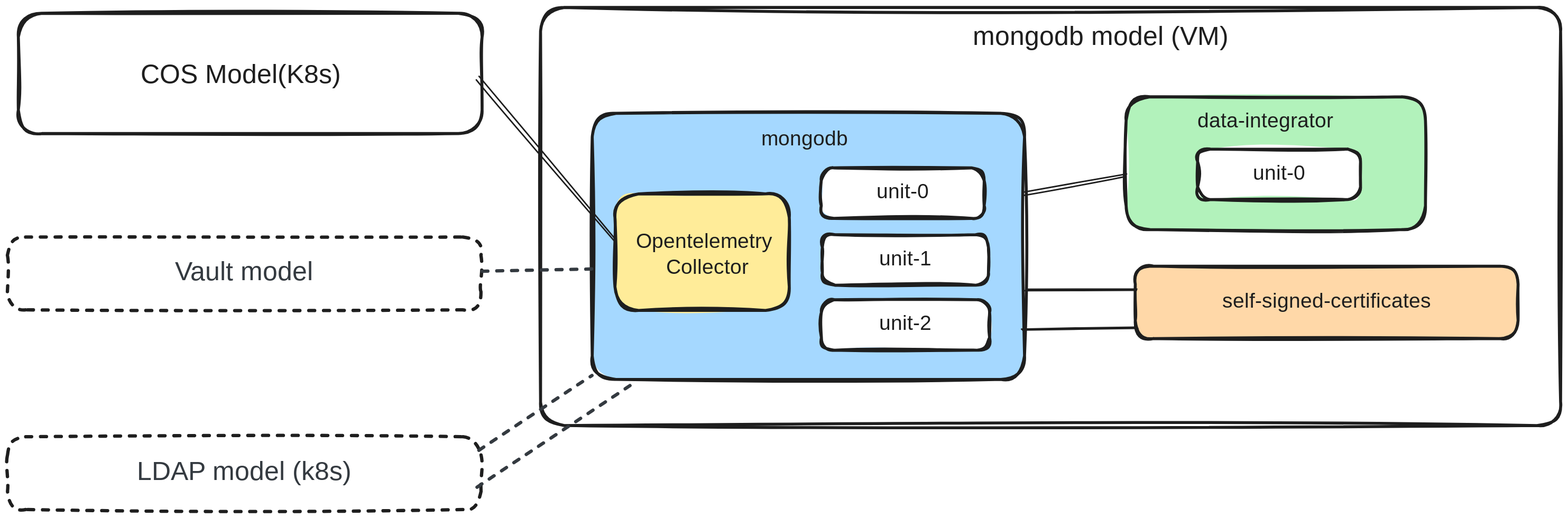
Earlier version of the Excalidraw export solutions/data/charmed-mongodb/replica-set/azure/vm/docs/replica-set-azure-vm.excalidraw.svg (canonical/charms-reference-architectures). Source tidied: one line per element, renumbered; positions are measured from the earlier drawing's top-left corner, leaving out a move shared by most shapes. The source it was exported from:
```json
{"id": 0, "type": "rectangle", "strokeColor": "#1e1e1e", "backgroundColor": "#a5d8ff", "fillStyle": "solid", "strokeWidth": 4, "roughness": 2, "round": true, "x": 790, "y": 143, "width": 584, "height": 360}
{"id": 1, "type": "rectangle", "strokeColor": "#1e1e1e", "backgroundColor": "#ffffff", "fillStyle": "solid", "strokeWidth": 4, "roughness": 2, "round": true, "x": 1100, "y": 217, "width": 220, "height": 68}
{"id": 2, "type": "text", "text": "unit-0", "strokeColor": "#1e1e1e", "backgroundColor": "#a5d8ff", "fillStyle": "solid", "strokeWidth": 4, "roughness": 2, "fontSize": 28, "fontFamily": 8, "textAlign": "center", "verticalAlign": "middle", "inside": 1, "x": 1163, "y": 233, "width": 92, "height": 35}
{"id": 3, "type": "rectangle", "strokeColor": "#1e1e1e", "backgroundColor": "#ffffff", "fillStyle": "solid", "strokeWidth": 4, "roughness": 2, "round": true, "x": 1101, "y": 307, "width": 224, "height": 68}
{"id": 4, "type": "text", "text": "unit-1", "strokeColor": "#1e1e1e", "backgroundColor": "#a5d8ff", "fillStyle": "solid", "strokeWidth": 4, "roughness": 2, "fontSize": 28, "fontFamily": 8, "textAlign": "center", "verticalAlign": "middle", "inside": 3, "x": 1167, "y": 324, "width": 92, "height": 35}
{"id": 5, "type": "rectangle", "strokeColor": "#1e1e1e", "backgroundColor": "#ffffff", "fillStyle": "solid", "strokeWidth": 4, "roughness": 2, "round": true, "x": 1100, "y": 395, "width": 227, "height": 68}
{"id": 6, "type": "text", "text": "unit-2", "strokeColor": "#1e1e1e", "backgroundColor": "#a5d8ff", "fillStyle": "solid", "strokeWidth": 4, "roughness": 2, "fontSize": 28, "fontFamily": 8, "textAlign": "center", "verticalAlign": "middle", "inside": 5, "x": 1167, "y": 411, "width": 92, "height": 35}
{"id": 7, "type": "text", "text": "mongodb", "strokeColor": "#1e1e1e", "backgroundColor": "#a5d8ff", "fillStyle": "solid", "strokeWidth": 4, "roughness": 2, "fontSize": 28, "fontFamily": 8, "x": 1019, "y": 162, "width": 108, "height": 35}
{"id": 8, "type": "rectangle", "strokeColor": "#1e1e1e", "backgroundColor": "#b2f2bb", "fillStyle": "solid", "strokeWidth": 4, "roughness": 2, "round": true, "x": 1511, "y": 121, "width": 404, "height": 179}
{"id": 9, "type": "text", "text": "data-integrator", "strokeColor": "#1e1e1e", "backgroundColor": "#a5d8ff", "fillStyle": "solid", "strokeWidth": 4, "roughness": 2, "fontSize": 28, "fontFamily": 8, "x": 1607, "y": 137, "width": 231, "height": 35}
{"id": 10, "type": "rectangle", "strokeColor": "#1e1e1e", "backgroundColor": "#ffffff", "fillStyle": "solid", "strokeWidth": 4, "roughness": 2, "round": true, "x": 1608, "y": 191, "width": 220, "height": 68}
{"id": 11, "type": "text", "text": "unit-0", "strokeColor": "#1e1e1e", "backgroundColor": "#a5d8ff", "fillStyle": "solid", "strokeWidth": 4, "roughness": 2, "fontSize": 28, "fontFamily": 8, "textAlign": "center", "verticalAlign": "middle", "inside": 10, "x": 1672, "y": 208, "width": 92, "height": 35}
{"id": 12, "type": "rectangle", "strokeColor": "#1e1e1e", "strokeWidth": 4, "roughness": 2, "round": true, "x": 720, "y": 0, "width": 1378, "height": 565}
{"id": 13, "type": "rectangle", "strokeColor": "#1e1e1e", "backgroundColor": "#ffec99", "fillStyle": "solid", "strokeWidth": 4, "roughness": 2, "round": true, "x": 821, "y": 252, "width": 235, "height": 158}
{"id": 14, "type": "text", "text": "Opentelemetry\n Collector", "strokeColor": "#1e1e1e", "backgroundColor": "#ffffff", "fillStyle": "solid", "strokeWidth": 4, "roughness": 2, "fontSize": 28, "fontFamily": 8, "textAlign": "center", "x": 842, "y": 301, "width": 200, "height": 70}
{"id": 15, "type": "text", "text": "mongodb model (VM)", "strokeColor": "#1e1e1e", "backgroundColor": "#ffec99", "fillStyle": "solid", "strokeWidth": 4, "roughness": 2, "fontSize": 36, "fontFamily": 8, "x": 1304, "y": 19, "width": 356, "height": 45}
{"id": 16, "type": "rectangle", "strokeColor": "#1e1e1e", "strokeWidth": 4, "roughness": 2, "round": true, "x": 15, "y": 8, "width": 627, "height": 163}
{"id": 17, "type": "text", "text": "COS Model(K8s)", "strokeColor": "#1e1e1e", "backgroundColor": "#ffec99", "fillStyle": "solid", "strokeWidth": 4, "roughness": 2, "fontSize": 36, "fontFamily": 8, "textAlign": "center", "x": 151, "y": 71, "width": 330, "height": 45}
{"id": 18, "type": "line", "strokeColor": "#1e1e1e", "backgroundColor": "#ffec99", "fillStyle": "solid", "strokeWidth": 2, "roughness": 2, "round": true, "x": 638, "y": 96, "width": 182, "height": 220, "points": [[0, 0], [182, 220]]}
{"id": 19, "type": "line", "strokeColor": "#1e1e1e", "backgroundColor": "#ffec99", "fillStyle": "solid", "strokeWidth": 2, "roughness": 2, "round": true, "x": 1372, "y": 252, "width": 141, "height": 27, "points": [[0, 0], [141, -27]]}
{"id": 20, "type": "rectangle", "strokeColor": "#1e1e1e", "backgroundColor": "#ffd8a8", "fillStyle": "solid", "strokeWidth": 4, "roughness": 2, "round": true, "x": 1524, "y": 350, "width": 517, "height": 98}
{"id": 21, "type": "text", "text": "self-signed-certificates", "strokeColor": "#1e1e1e", "backgroundColor": "#ffec99", "fillStyle": "solid", "strokeWidth": 4, "roughness": 2, "fontSize": 28, "fontFamily": 8, "textAlign": "center", "verticalAlign": "middle", "inside": 20, "x": 1598, "y": 381, "width": 370, "height": 35}
{"id": 22, "type": "rectangle", "strokeColor": "#1e1e1e", "backgroundColor": "#ffffff", "fillStyle": "cross-hatch", "strokeWidth": 4, "strokeStyle": "dashed", "roughness": 2, "round": true, "x": 0, "y": 580, "width": 640, "height": 98}
{"id": 23, "type": "text", "text": "LDAP model (k8s)", "strokeColor": "#343a40", "backgroundColor": "#eebefa", "fillStyle": "solid", "strokeWidth": 4, "roughness": 2, "fontSize": 36, "fontFamily": 8, "textAlign": "center", "verticalAlign": "middle", "inside": 22, "x": 162, "y": 607, "width": 317, "height": 45}
{"id": 24, "type": "rectangle", "strokeColor": "#1e1e1e", "backgroundColor": "#ffffff", "fillStyle": "cross-hatch", "strokeWidth": 4, "strokeStyle": "dashed", "roughness": 2, "round": true, "x": 0, "y": 310, "width": 640, "height": 98}
{"id": 25, "type": "text", "text": "Vault model", "strokeColor": "#343a40", "backgroundColor": "#eebefa", "fillStyle": "solid", "strokeWidth": 4, "roughness": 2, "fontSize": 36, "fontFamily": 8, "textAlign": "center", "verticalAlign": "middle", "inside": 24, "x": 211, "y": 337, "width": 218, "height": 45}
{"id": 26, "type": "line", "strokeColor": "#343a40", "backgroundColor": "#eebefa", "fillStyle": "solid", "strokeWidth": 4, "strokeStyle": "dashed", "roughness": 2, "round": true, "x": 643, "y": 357, "width": 145, "height": 4, "points": [[0, 0], [145, -4]]}
{"id": 27, "type": "line", "strokeColor": "#343a40", "backgroundColor": "#eebefa", "fillStyle": "solid", "strokeWidth": 4, "strokeStyle": "dashed", "roughness": 2, "round": true, "x": 639, "y": 600, "width": 154, "height": 105, "points": [[0, 0], [154, -105]]}
{"id": 28, "type": "line", "strokeColor": "#343a40", "backgroundColor": "#eebefa", "fillStyle": "solid", "strokeWidth": 4, "strokeStyle": "dashed", "roughness": 2, "round": true, "x": 637, "y": 648, "width": 208, "height": 142, "points": [[0, 0], [208, -142]]}
{"id": 29, "type": "line", "strokeColor": "#1e1e1e", "strokeWidth": 2, "roughness": 1, "round": true, "x": 1376, "y": 382, "width": 149, "height": 1, "points": [[0, 0], [149, -1]]}
{"id": 30, "type": "line", "strokeColor": "#1e1e1e", "strokeWidth": 2, "roughness": 1, "round": true, "x": 1371, "y": 436, "width": 156, "height": 4, "points": [[0, 0], [156, -4]]}
```
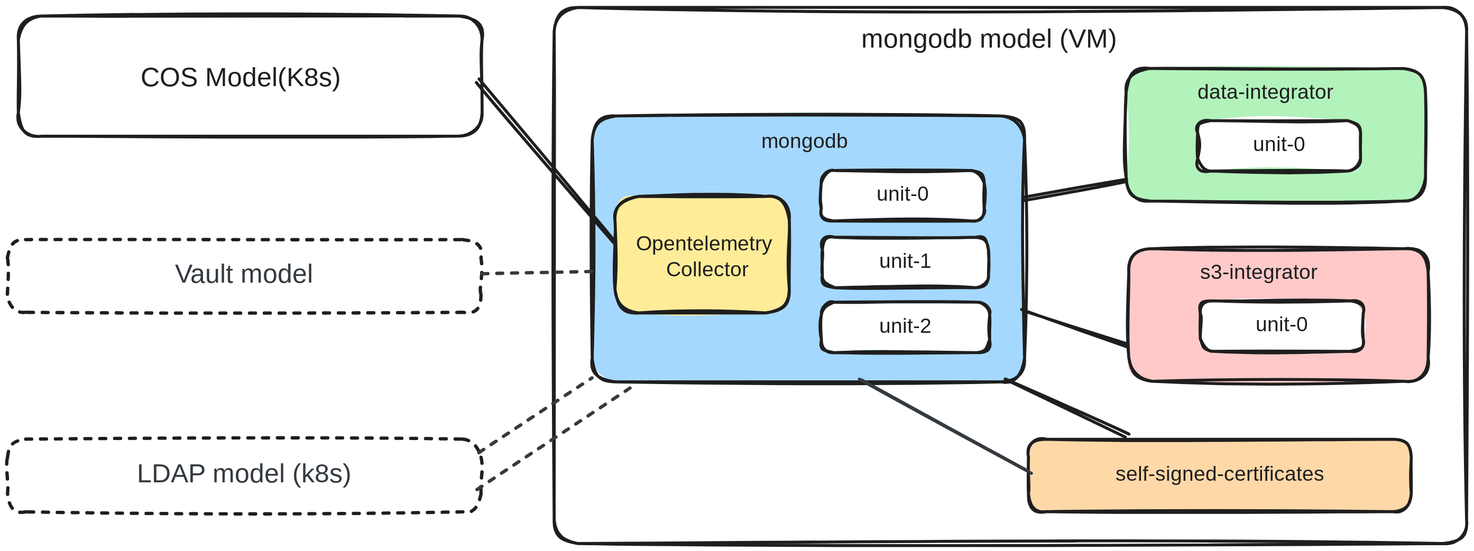
Later version of the same file.

What changed in the source:
```diff
@@ -6,26 +6,31 @@
 {"id": 5, "type": "rectangle", "strokeColor": "#1e1e1e", "backgroundColor": "#ffffff", "fillStyle": "solid", "strokeWidth": 4, "roughness": 2, "round": true, "x": 1100, "y": 395, "width": 227, "height": 68}
 {"id": 6, "type": "text", "text": "unit-2", "strokeColor": "#1e1e1e", "backgroundColor": "#a5d8ff", "fillStyle": "solid", "strokeWidth": 4, "roughness": 2, "fontSize": 28, "fontFamily": 8, "textAlign": "center", "verticalAlign": "middle", "inside": 5, "x": 1167, "y": 411, "width": 92, "height": 35}
 {"id": 7, "type": "text", "text": "mongodb", "strokeColor": "#1e1e1e", "backgroundColor": "#a5d8ff", "fillStyle": "solid", "strokeWidth": 4, "roughness": 2, "fontSize": 28, "fontFamily": 8, "x": 1019, "y": 162, "width": 108, "height": 35}
-{"id": 8, "type": "rectangle", "strokeColor": "#1e1e1e", "backgroundColor": "#b2f2bb", "fillStyle": "solid", "strokeWidth": 4, "roughness": 2, "round": true, "x": 1511, "y": 121, "width": 404, "height": 179}
+{"id": 8, "type": "rectangle", "strokeColor": "#1e1e1e", "backgroundColor": "#b2f2bb", "fillStyle": "solid", "strokeWidth": 4, "roughness": 2, "round": true, "x": 1511, "y": 79, "width": 404, "height": 179}
-{"id": 9, "type": "text", "text": "data-integrator", "strokeColor": "#1e1e1e", "backgroundColor": "#a5d8ff", "fillStyle": "solid", "strokeWidth": 4, "roughness": 2, "fontSize": 28, "fontFamily": 8, "x": 1607, "y": 137, "width": 231, "height": 35}
+{"id": 9, "type": "text", "text": "data-integrator", "strokeColor": "#1e1e1e", "backgroundColor": "#a5d8ff", "fillStyle": "solid", "strokeWidth": 4, "roughness": 2, "fontSize": 28, "fontFamily": 8, "x": 1607, "y": 95, "width": 231, "height": 35}
-{"id": 10, "type": "rectangle", "strokeColor": "#1e1e1e", "backgroundColor": "#ffffff", "fillStyle": "solid", "strokeWidth": 4, "roughness": 2, "round": true, "x": 1608, "y": 191, "width": 220, "height": 68}
+{"id": 10, "type": "rectangle", "strokeColor": "#1e1e1e", "backgroundColor": "#ffffff", "fillStyle": "solid", "strokeWidth": 4, "roughness": 2, "round": true, "x": 1608, "y": 149, "width": 220, "height": 68}
-{"id": 11, "type": "text", "text": "unit-0", "strokeColor": "#1e1e1e", "backgroundColor": "#a5d8ff", "fillStyle": "solid", "strokeWidth": 4, "roughness": 2, "fontSize": 28, "fontFamily": 8, "textAlign": "center", "verticalAlign": "middle", "inside": 10, "x": 1672, "y": 208, "width": 92, "height": 35}
+{"id": 11, "type": "text", "text": "unit-0", "strokeColor": "#1e1e1e", "backgroundColor": "#a5d8ff", "fillStyle": "solid", "strokeWidth": 4, "roughness": 2, "fontSize": 28, "fontFamily": 8, "textAlign": "center", "verticalAlign": "middle", "inside": 10, "x": 1672, "y": 166, "width": 92, "height": 35}
+{"id": 31, "type": "rectangle", "strokeColor": "#1e1e1e", "backgroundColor": "#ffc9c9", "fillStyle": "solid", "strokeWidth": 4, "roughness": 2, "round": true, "x": 1515, "y": 322, "width": 404, "height": 179}
+{"id": 32, "type": "text", "text": "s3-integrator", "strokeColor": "#1e1e1e", "backgroundColor": "#a5d8ff", "fillStyle": "solid", "strokeWidth": 4, "roughness": 2, "fontSize": 28, "fontFamily": 8, "x": 1611, "y": 339, "width": 200, "height": 35}
+{"id": 33, "type": "rectangle", "strokeColor": "#1e1e1e", "backgroundColor": "#ffffff", "fillStyle": "solid", "strokeWidth": 4, "roughness": 2, "round": true, "x": 1612, "y": 393, "width": 220, "height": 68}
+{"id": 34, "type": "text", "text": "unit-0", "strokeColor": "#1e1e1e", "backgroundColor": "#a5d8ff", "fillStyle": "solid", "strokeWidth": 4, "roughness": 2, "fontSize": 28, "fontFamily": 8, "textAlign": "center", "verticalAlign": "middle", "inside": 33, "x": 1675, "y": 410, "width": 92, "height": 35}
-{"id": 12, "type": "rectangle", "strokeColor": "#1e1e1e", "strokeWidth": 4, "roughness": 2, "round": true, "x": 720, "y": 0, "width": 1378, "height": 565}
+{"id": 12, "type": "rectangle", "strokeColor": "#1e1e1e", "strokeWidth": 4, "roughness": 2, "round": true, "x": 739, "y": -4, "width": 1233, "height": 725}
 {"id": 13, "type": "rectangle", "strokeColor": "#1e1e1e", "backgroundColor": "#ffec99", "fillStyle": "solid", "strokeWidth": 4, "roughness": 2, "round": true, "x": 821, "y": 252, "width": 235, "height": 158}
 {"id": 14, "type": "text", "text": "Opentelemetry\n Collector", "strokeColor": "#1e1e1e", "backgroundColor": "#ffffff", "fillStyle": "solid", "strokeWidth": 4, "roughness": 2, "fontSize": 28, "fontFamily": 8, "textAlign": "center", "x": 842, "y": 301, "width": 200, "height": 70}
-{"id": 15, "type": "text", "text": "mongodb model (VM)", "strokeColor": "#1e1e1e", "backgroundColor": "#ffec99", "fillStyle": "solid", "strokeWidth": 4, "roughness": 2, "fontSize": 36, "fontFamily": 8, "x": 1304, "y": 19, "width": 356, "height": 45}
+{"id": 15, "type": "text", "text": "mongodb model (VM)", "strokeColor": "#1e1e1e", "backgroundColor": "#ffec99", "fillStyle": "solid", "strokeWidth": 4, "roughness": 2, "fontSize": 36, "fontFamily": 8, "x": 1154, "y": 19, "width": 356, "height": 45}
 {"id": 16, "type": "rectangle", "strokeColor": "#1e1e1e", "strokeWidth": 4, "roughness": 2, "round": true, "x": 15, "y": 8, "width": 627, "height": 163}
 {"id": 17, "type": "text", "text": "COS Model(K8s)", "strokeColor": "#1e1e1e", "backgroundColor": "#ffec99", "fillStyle": "solid", "strokeWidth": 4, "roughness": 2, "fontSize": 36, "fontFamily": 8, "textAlign": "center", "x": 151, "y": 71, "width": 330, "height": 45}
-{"id": 18, "type": "line", "strokeColor": "#1e1e1e", "backgroundColor": "#ffec99", "fillStyle": "solid", "strokeWidth": 2, "roughness": 2, "round": true, "x": 638, "y": 96, "width": 182, "height": 220, "points": [[0, 0], [182, 220]]}
+{"id": 18, "type": "line", "strokeColor": "#1e1e1e", "backgroundColor": "#ffec99", "fillStyle": "solid", "strokeWidth": 4, "roughness": 2, "round": true, "x": 638, "y": 96, "width": 182, "height": 220, "points": [[0, 0], [182, 220]]}
-{"id": 19, "type": "line", "strokeColor": "#1e1e1e", "backgroundColor": "#ffec99", "fillStyle": "solid", "strokeWidth": 2, "roughness": 2, "round": true, "x": 1372, "y": 252, "width": 141, "height": 27, "points": [[0, 0], [141, -27]]}
+{"id": 19, "type": "line", "strokeColor": "#1e1e1e", "backgroundColor": "#ffec99", "fillStyle": "solid", "strokeWidth": 4, "roughness": 2, "round": true, "x": 1372, "y": 255, "width": 141, "height": 27, "points": [[0, 0], [141, -27]]}
+{"id": 35, "type": "line", "strokeColor": "#1e1e1e", "backgroundColor": "#ffec99", "fillStyle": "solid", "strokeWidth": 4, "roughness": 2, "round": true, "x": 1374, "y": 407, "width": 138, "height": 44, "points": [[0, 0], [138, 44]]}
-{"id": 20, "type": "rectangle", "strokeColor": "#1e1e1e", "backgroundColor": "#ffd8a8", "fillStyle": "solid", "strokeWidth": 4, "roughness": 2, "round": true, "x": 1524, "y": 350, "width": 517, "height": 98}
+{"id": 20, "type": "rectangle", "strokeColor": "#1e1e1e", "backgroundColor": "#ffd8a8", "fillStyle": "solid", "strokeWidth": 4, "roughness": 2, "round": true, "x": 1379, "y": 580, "width": 517, "height": 98}
-{"id": 21, "type": "text", "text": "self-signed-certificates", "strokeColor": "#1e1e1e", "backgroundColor": "#ffec99", "fillStyle": "solid", "strokeWidth": 4, "roughness": 2, "fontSize": 28, "fontFamily": 8, "textAlign": "center", "verticalAlign": "middle", "inside": 20, "x": 1598, "y": 381, "width": 370, "height": 35}
+{"id": 21, "type": "text", "text": "self-signed-certificates", "strokeColor": "#1e1e1e", "backgroundColor": "#ffec99", "fillStyle": "solid", "strokeWidth": 4, "roughness": 2, "fontSize": 28, "fontFamily": 8, "textAlign": "center", "verticalAlign": "middle", "inside": 20, "x": 1453, "y": 612, "width": 370, "height": 35}
 {"id": 22, "type": "rectangle", "strokeColor": "#1e1e1e", "backgroundColor": "#ffffff", "fillStyle": "cross-hatch", "strokeWidth": 4, "strokeStyle": "dashed", "roughness": 2, "round": true, "x": 0, "y": 580, "width": 640, "height": 98}
 {"id": 23, "type": "text", "text": "LDAP model (k8s)", "strokeColor": "#343a40", "backgroundColor": "#eebefa", "fillStyle": "solid", "strokeWidth": 4, "roughness": 2, "fontSize": 36, "fontFamily": 8, "textAlign": "center", "verticalAlign": "middle", "inside": 22, "x": 162, "y": 607, "width": 317, "height": 45}
+{"id": 36, "type": "line", "strokeColor": "#1e1e1e", "backgroundColor": "#eebefa", "fillStyle": "cross-hatch", "strokeWidth": 4, "roughness": 2, "round": true, "x": 1351, "y": 500, "width": 161, "height": 76, "points": [[0, 0], [161, 76]]}
+{"id": 37, "type": "line", "strokeColor": "#343a40", "backgroundColor": "#eebefa", "fillStyle": "solid", "strokeWidth": 4, "roughness": 2, "round": true, "x": 1154, "y": 498, "width": 227, "height": 125, "points": [[0, 0], [227, 125]]}
 {"id": 24, "type": "rectangle", "strokeColor": "#1e1e1e", "backgroundColor": "#ffffff", "fillStyle": "cross-hatch", "strokeWidth": 4, "strokeStyle": "dashed", "roughness": 2, "round": true, "x": 0, "y": 310, "width": 640, "height": 98}
 {"id": 25, "type": "text", "text": "Vault model", "strokeColor": "#343a40", "backgroundColor": "#eebefa", "fillStyle": "solid", "strokeWidth": 4, "roughness": 2, "fontSize": 36, "fontFamily": 8, "textAlign": "center", "verticalAlign": "middle", "inside": 24, "x": 211, "y": 337, "width": 218, "height": 45}
 {"id": 26, "type": "line", "strokeColor": "#343a40", "backgroundColor": "#eebefa", "fillStyle": "solid", "strokeWidth": 4, "strokeStyle": "dashed", "roughness": 2, "round": true, "x": 643, "y": 357, "width": 145, "height": 4, "points": [[0, 0], [145, -4]]}
 {"id": 27, "type": "line", "strokeColor": "#343a40", "backgroundColor": "#eebefa", "fillStyle": "solid", "strokeWidth": 4, "strokeStyle": "dashed", "roughness": 2, "round": true, "x": 639, "y": 600, "width": 154, "height": 105, "points": [[0, 0], [154, -105]]}
 {"id": 28, "type": "line", "strokeColor": "#343a40", "backgroundColor": "#eebefa", "fillStyle": "solid", "strokeWidth": 4, "strokeStyle": "dashed", "roughness": 2, "round": true, "x": 637, "y": 648, "width": 208, "height": 142, "points": [[0, 0], [208, -142]]}
-{"id": 29, "type": "line", "strokeColor": "#1e1e1e", "strokeWidth": 2, "roughness": 1, "round": true, "x": 1376, "y": 382, "width": 149, "height": 1, "points": [[0, 0], [149, -1]]}
-{"id": 30, "type": "line", "strokeColor": "#1e1e1e", "strokeWidth": 2, "roughness": 1, "round": true, "x": 1371, "y": 436, "width": 156, "height": 4, "points": [[0, 0], [156, -4]]}
```
